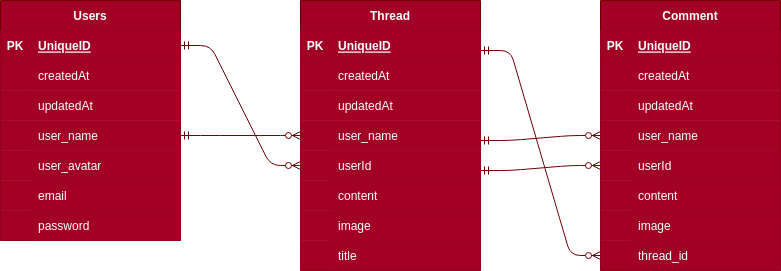
The draw.io diagram tables.png in kubeshauseli17/project2-Hockey-forum, before a commit. Source tidied: cells renumbered, new cells last; positions are measured from the earlier drawing's top-left corner, leaving out a move shared by most shapes.
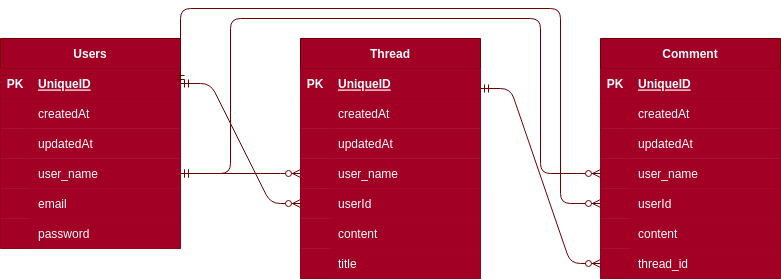
After the commit.

Change to the diagram source:
```diff
@@ -3,7 +3,7 @@
     <mxCell id="0" />
     <mxCell id="1" parent="0" />
     <mxCell id="2" value="Users" style="shape=table;startSize=30;rowLines=0;fontStyle=1;align=center;fillColor=#a20025;fontColor=#ffffff;strokeColor=#6F0000;" parent="1" vertex="1">
-      <mxGeometry width="180" height="240" as="geometry" />
+      <mxGeometry width="180" height="210" as="geometry" />
     </mxCell>
     <mxCell id="3" style="shape=partialRectangle;fillColor=#a20025;top=0;left=0;bottom=1;right=0;points=[[0,0.5],[1,0.5]];portConstraint=eastwest;fontColor=#ffffff;strokeColor=#6F0000;" parent="2" vertex="1">
       <mxGeometry y="30" width="180" height="30" as="geometry" />
@@ -59,26 +59,14 @@
     <mxCell id="20" style="shape=partialRectangle;fillColor=#a20025;top=0;left=0;bottom=0;right=0;align=left;spacingLeft=6;overflow=hidden;fontColor=#ffffff;strokeColor=#6F0000;" parent="18" vertex="1">
       <mxGeometry x="30" width="150" height="30" as="geometry" />
     </mxCell>
-    <mxCell id="21" style="shape=partialRectangle;fillColor=#a20025;top=0;left=0;bottom=0;right=0;fontColor=#ffffff;strokeColor=#6F0000;" parent="2" vertex="1">
-      <mxGeometry y="210" width="180" height="30" as="geometry" />
-    </mxCell>
-    <mxCell id="22" style="shape=partialRectangle;fillColor=#a20025;top=0;left=0;bottom=0;right=0;overflow=hidden;fontColor=#ffffff;strokeColor=#6F0000;" parent="21" vertex="1">
-      <mxGeometry width="30" height="30" as="geometry" />
-    </mxCell>
-    <mxCell id="23" style="shape=partialRectangle;fillColor=#a20025;top=0;left=0;bottom=0;right=0;align=left;spacingLeft=6;overflow=hidden;fontColor=#ffffff;strokeColor=#6F0000;" parent="21" vertex="1">
-      <mxGeometry x="30" width="150" height="30" as="geometry" />
-    </mxCell>
     <mxCell id="24" value="email" style="shape=partialRectangle;fillColor=#a20025;top=0;left=0;bottom=0;right=0;align=left;spacingLeft=6;overflow=hidden;fontColor=#ffffff;strokeColor=#6F0000;" parent="1" vertex="1">
-      <mxGeometry x="30" y="180" width="150" height="30" as="geometry" />
+      <mxGeometry x="30" y="150" width="150" height="30" as="geometry" />
     </mxCell>
-    <mxCell id="25" value="user_avatar" style="shape=partialRectangle;fillColor=#a20025;top=0;left=0;bottom=0;right=0;align=left;spacingLeft=6;overflow=hidden;fontColor=#ffffff;strokeColor=#6F0000;" parent="1" vertex="1">
-      <mxGeometry x="30" y="150" width="150" height="30" as="geometry" />
-    </mxCell>
     <mxCell id="26" value="password" style="shape=partialRectangle;fillColor=#a20025;top=0;left=0;bottom=0;right=0;align=left;spacingLeft=6;overflow=hidden;fontColor=#ffffff;strokeColor=#6F0000;" parent="1" vertex="1">
-      <mxGeometry x="30" y="210" width="150" height="30" as="geometry" />
+      <mxGeometry x="30" y="180" width="150" height="30" as="geometry" />
     </mxCell>
     <mxCell id="27" value="Comment" style="shape=table;startSize=30;rowLines=0;fontStyle=1;align=center;fillColor=#a20025;fontColor=#ffffff;strokeColor=#6F0000;" parent="1" vertex="1">
-      <mxGeometry x="600" width="180" height="270" as="geometry" />
+      <mxGeometry x="600" width="180" height="240" as="geometry" />
     </mxCell>
     <mxCell id="28" style="shape=partialRectangle;fillColor=#a20025;top=0;left=0;bottom=1;right=0;fontColor=#ffffff;strokeColor=#6F0000;" parent="27" vertex="1">
       <mxGeometry y="30" width="180" height="30" as="geometry" />
@@ -143,29 +131,17 @@
     <mxCell id="48" style="shape=partialRectangle;fillColor=#a20025;top=0;left=0;bottom=0;right=0;align=left;spacingLeft=6;overflow=hidden;fontColor=#ffffff;strokeColor=#6F0000;" parent="46" vertex="1">
       <mxGeometry x="30" width="150" height="30" as="geometry" />
     </mxCell>
-    <mxCell id="49" style="shape=partialRectangle;fillColor=#a20025;top=0;left=0;bottom=0;right=0;points=[[0,0.5],[1,0.5]];portConstraint=eastwest;fontColor=#ffffff;strokeColor=#6F0000;" parent="27" vertex="1">
-      <mxGeometry y="240" width="180" height="30" as="geometry" />
-    </mxCell>
-    <mxCell id="50" style="shape=partialRectangle;fillColor=#a20025;top=0;left=0;bottom=0;right=0;overflow=hidden;fontColor=#ffffff;strokeColor=#6F0000;" parent="49" vertex="1">
-      <mxGeometry width="30" height="30" as="geometry" />
-    </mxCell>
-    <mxCell id="51" style="shape=partialRectangle;fillColor=#a20025;top=0;left=0;bottom=0;right=0;align=left;spacingLeft=6;overflow=hidden;fontColor=#ffffff;strokeColor=#6F0000;" parent="49" vertex="1">
-      <mxGeometry x="30" width="150" height="30" as="geometry" />
-    </mxCell>
     <mxCell id="52" value="userId" style="shape=partialRectangle;fillColor=#a20025;top=0;left=0;bottom=0;right=0;align=left;spacingLeft=6;overflow=hidden;fontColor=#ffffff;strokeColor=#6F0000;" parent="1" vertex="1">
       <mxGeometry x="630" y="150" width="150" height="30" as="geometry" />
     </mxCell>
     <mxCell id="53" value="content" style="shape=partialRectangle;fillColor=#a20025;top=0;left=0;bottom=0;right=0;align=left;spacingLeft=6;overflow=hidden;fontColor=#ffffff;strokeColor=#6F0000;" parent="1" vertex="1">
       <mxGeometry x="630" y="180" width="150" height="30" as="geometry" />
     </mxCell>
-    <mxCell id="54" value="image" style="shape=partialRectangle;fillColor=#a20025;top=0;left=0;bottom=0;right=0;align=left;spacingLeft=6;overflow=hidden;fontColor=#ffffff;strokeColor=#6F0000;" parent="1" vertex="1">
-      <mxGeometry x="630" y="210" width="150" height="30" as="geometry" />
-    </mxCell>
     <mxCell id="55" value="thread_id" style="shape=partialRectangle;fillColor=#a20025;top=0;left=0;bottom=0;right=0;align=left;spacingLeft=6;overflow=hidden;fontColor=#ffffff;strokeColor=#6F0000;" parent="1" vertex="1">
-      <mxGeometry x="630" y="240" width="150" height="30" as="geometry" />
+      <mxGeometry x="630" y="210" width="150" height="30" as="geometry" />
     </mxCell>
     <mxCell id="56" value="Thread" style="shape=table;startSize=30;rowLines=0;fontStyle=1;align=center;fillColor=#a20025;fontColor=#ffffff;strokeColor=#6F0000;" parent="1" vertex="1">
-      <mxGeometry x="300" width="180" height="270" as="geometry" />
+      <mxGeometry x="300" width="180" height="240" as="geometry" />
     </mxCell>
     <mxCell id="57" style="shape=partialRectangle;fillColor=#a20025;top=0;left=0;bottom=1;right=0;fontColor=#ffffff;strokeColor=#6F0000;" parent="56" vertex="1">
       <mxGeometry y="30" width="180" height="30" as="geometry" />
@@ -230,26 +206,14 @@
     <mxCell id="77" style="shape=partialRectangle;fillColor=#a20025;top=0;left=0;bottom=0;right=0;align=left;spacingLeft=6;overflow=hidden;fontColor=#ffffff;strokeColor=#6F0000;" parent="75" vertex="1">
       <mxGeometry x="30" width="150" height="30" as="geometry" />
     </mxCell>
-    <mxCell id="78" style="shape=partialRectangle;fillColor=#a20025;top=0;left=0;bottom=0;right=0;fontColor=#ffffff;strokeColor=#6F0000;" parent="56" vertex="1">
-      <mxGeometry y="240" width="180" height="30" as="geometry" />
-    </mxCell>
-    <mxCell id="79" style="shape=partialRectangle;fillColor=#a20025;top=0;left=0;bottom=0;right=0;overflow=hidden;fontColor=#ffffff;strokeColor=#6F0000;" parent="78" vertex="1">
-      <mxGeometry width="30" height="30" as="geometry" />
-    </mxCell>
-    <mxCell id="80" style="shape=partialRectangle;fillColor=#a20025;top=0;left=0;bottom=0;right=0;align=left;spacingLeft=6;overflow=hidden;fontColor=#ffffff;strokeColor=#6F0000;" parent="78" vertex="1">
-      <mxGeometry x="30" width="150" height="30" as="geometry" />
-    </mxCell>
     <mxCell id="81" value="userId" style="shape=partialRectangle;fillColor=#a20025;top=0;left=0;bottom=0;right=0;align=left;spacingLeft=6;overflow=hidden;fontColor=#ffffff;strokeColor=#6F0000;" parent="1" vertex="1">
       <mxGeometry x="330" y="150" width="150" height="30" as="geometry" />
     </mxCell>
     <mxCell id="82" value="content" style="shape=partialRectangle;fillColor=#a20025;top=0;left=0;bottom=0;right=0;align=left;spacingLeft=6;overflow=hidden;fontColor=#ffffff;strokeColor=#6F0000;" parent="1" vertex="1">
       <mxGeometry x="330" y="180" width="150" height="30" as="geometry" />
     </mxCell>
-    <mxCell id="83" value="image" style="shape=partialRectangle;fillColor=#a20025;top=0;left=0;bottom=0;right=0;align=left;spacingLeft=6;overflow=hidden;fontColor=#ffffff;strokeColor=#6F0000;" parent="1" vertex="1">
-      <mxGeometry x="330" y="210" width="150" height="30" as="geometry" />
-    </mxCell>
     <mxCell id="84" value="title" style="shape=partialRectangle;fillColor=#a20025;top=0;left=0;bottom=0;right=0;align=left;spacingLeft=6;overflow=hidden;fontColor=#ffffff;strokeColor=#6F0000;" parent="1" vertex="1">
-      <mxGeometry x="330" y="240" width="150" height="30" as="geometry" />
+      <mxGeometry x="330" y="210" width="150" height="30" as="geometry" />
     </mxCell>
     <mxCell id="85" style="edgeStyle=entityRelationEdgeStyle;fontSize=12;html=1;endArrow=ERzeroToMany;startArrow=ERmandOne;entryX=0;entryY=0.5;entryDx=0;entryDy=0;exitX=1;exitY=0.5;exitDx=0;exitDy=0;fillColor=#a20025;strokeColor=#6F0000;" parent="1" edge="1" source="3" target="69">
       <mxGeometry relative="1" as="geometry" />
@@ -257,19 +221,29 @@
     <mxCell id="86" style="edgeStyle=entityRelationEdgeStyle;fontSize=12;html=1;endArrow=ERzeroToMany;startArrow=ERmandOne;exitX=1;exitY=0.5;exitDx=0;exitDy=0;entryX=0;entryY=0.5;entryDx=0;entryDy=0;fillColor=#a20025;strokeColor=#6F0000;" parent="1" edge="1" source="12" target="66">
       <mxGeometry relative="1" as="geometry" />
     </mxCell>
-    <mxCell id="87" style="edgeStyle=entityRelationEdgeStyle;fontSize=12;html=1;endArrow=ERzeroToMany;startArrow=ERmandOne;entryX=0;entryY=0.5;entryDx=0;entryDy=0;fillColor=#a20025;strokeColor=#6F0000;" parent="1" edge="1" target="49">
+    <mxCell id="87" style="edgeStyle=entityRelationEdgeStyle;fontSize=12;html=1;endArrow=ERzeroToMany;startArrow=ERmandOne;entryX=0;entryY=0.5;entryDx=0;entryDy=0;fillColor=#a20025;strokeColor=#6F0000;" parent="1" edge="1" target="46">
       <mxGeometry relative="1" as="geometry">
         <mxPoint x="480" y="50" as="sourcePoint" />
       </mxGeometry>
     </mxCell>
-    <mxCell id="88" style="edgeStyle=entityRelationEdgeStyle;fontSize=12;html=1;endArrow=ERzeroToMany;startArrow=ERmandOne;entryX=0;entryY=0.5;entryDx=0;entryDy=0;fillColor=#a20025;strokeColor=#6F0000;" parent="1" edge="1" target="37">
+    <mxCell id="88" style="edgeStyle=orthogonalEdgeStyle;fontSize=12;html=1;endArrow=ERzeroToMany;startArrow=ERmandOne;entryX=0;entryY=0.5;entryDx=0;entryDy=0;fillColor=#a20025;strokeColor=#6F0000;" parent="1" edge="1" target="37">
       <mxGeometry relative="1" as="geometry">
-        <mxPoint x="480" y="140" as="sourcePoint" />
+        <mxPoint x="180" y="135" as="sourcePoint" />
+        <Array as="points">
+          <mxPoint x="230" y="135" />
+          <mxPoint x="230" y="-20" />
+          <mxPoint x="540" y="-20" />
+          <mxPoint x="540" y="135" />
+        </Array>
       </mxGeometry>
     </mxCell>
-    <mxCell id="89" style="edgeStyle=entityRelationEdgeStyle;fontSize=12;html=1;endArrow=ERzeroToMany;startArrow=ERmandOne;entryX=0;entryY=0.5;entryDx=0;entryDy=0;fillColor=#a20025;strokeColor=#6F0000;" parent="1" edge="1" target="40">
+    <mxCell id="89" style="edgeStyle=orthogonalEdgeStyle;fontSize=12;html=1;endArrow=ERzeroToMany;startArrow=ERmandOne;fillColor=#a20025;strokeColor=#6F0000;exitX=1;exitY=0.5;exitDx=0;exitDy=0;entryX=0;entryY=0.5;entryDx=0;entryDy=0;" parent="1" edge="1" source="3" target="40">
       <mxGeometry relative="1" as="geometry">
-        <mxPoint x="480" y="170" as="sourcePoint" />
+        <Array as="points">
+          <mxPoint x="180" y="-30" />
+          <mxPoint x="560" y="-30" />
+          <mxPoint x="560" y="165" />
+        </Array>
       </mxGeometry>
     </mxCell>
   </root>
```
